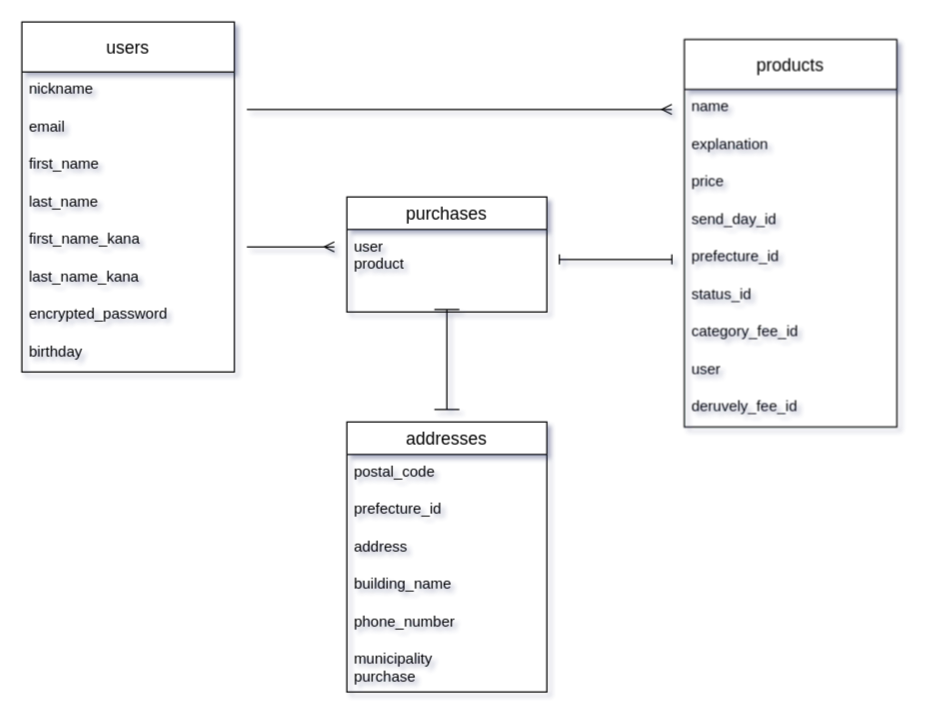
The draw.io diagram er.dio in xxyychyo/furima-37867, before the edit. Source tidied: cells renumbered, new cells numbered last; positions are measured from the earlier drawing's top-left corner, leaving out a move shared by most shapes. Both pictures are drawn from the tidied source at 125%, with x=0, y=0 at pixel (21, 21).
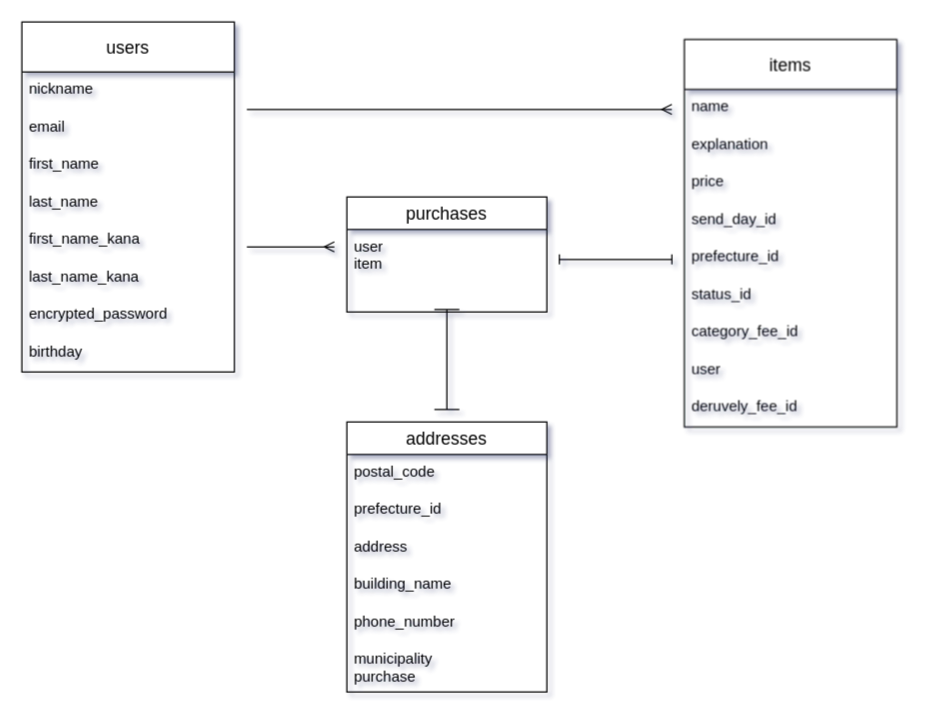
The same diagram, later.

Unchanged cells that the change refers to:
```xml
<mxCell id="12" value="purchases" style="swimlane;fontStyle=0;horizontal=1;startSize=26;align=center;fontSize=14;" parent="1" vertex="1">
  <mxGeometry x="260" y="140" width="160" height="92" as="geometry" />
</mxCell>
```

Change to the diagram source:
```diff
@@
-    <mxCell id="2" value="products" style="swimlane;fontStyle=0;horizontal=1;startSize=40;align=center;fontSize=14;direction=east;" parent="1" vertex="1">
+    <mxCell id="2" value="items" style="swimlane;fontStyle=0;horizontal=1;startSize=40;align=center;fontSize=14;direction=east;" parent="1" vertex="1">
       <mxGeometry x="530" y="14" width="170" height="310" as="geometry" />
     </mxCell>
@@
-    <mxCell id="13" value="user&#10;product&#10;&#10;" style="text;strokeColor=none;fillColor=none;spacingLeft=4;spacingRight=4;overflow=hidden;fontSize=12;" parent="12" vertex="1">
+    <mxCell id="13" value="user&#10;item" style="text;strokeColor=none;fillColor=none;spacingLeft=4;spacingRight=4;overflow=hidden;fontSize=12;whiteSpace=wrap;" parent="12" vertex="1">
       <mxGeometry y="26" width="160" height="66" as="geometry" />
     </mxCell>
```
